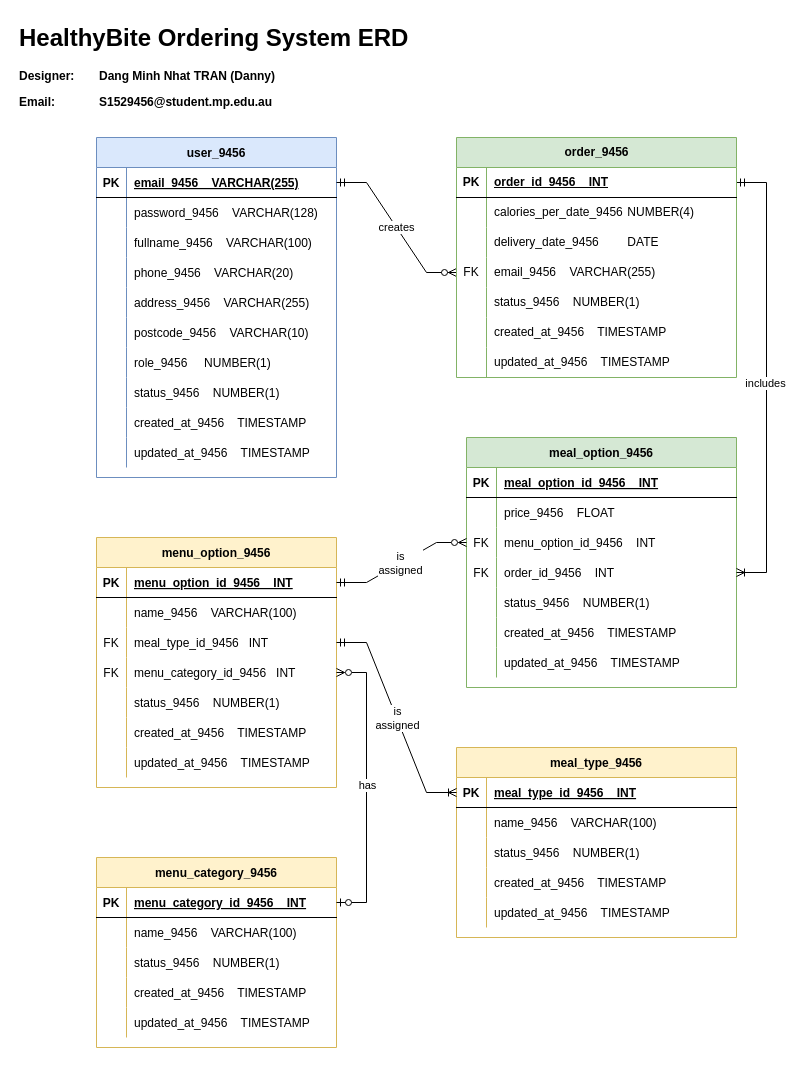
Earlier version of the draw.io diagram Untitled Diagram.drawio (DannyTran3000/er_diagram). Source tidied: cells renumbered, new cells numbered last; positions are measured from the earlier drawing's top-left corner, leaving out a move shared by most shapes. Both pictures are drawn from the tidied source at 100%, with x=0, y=0 at pixel (17, 17).
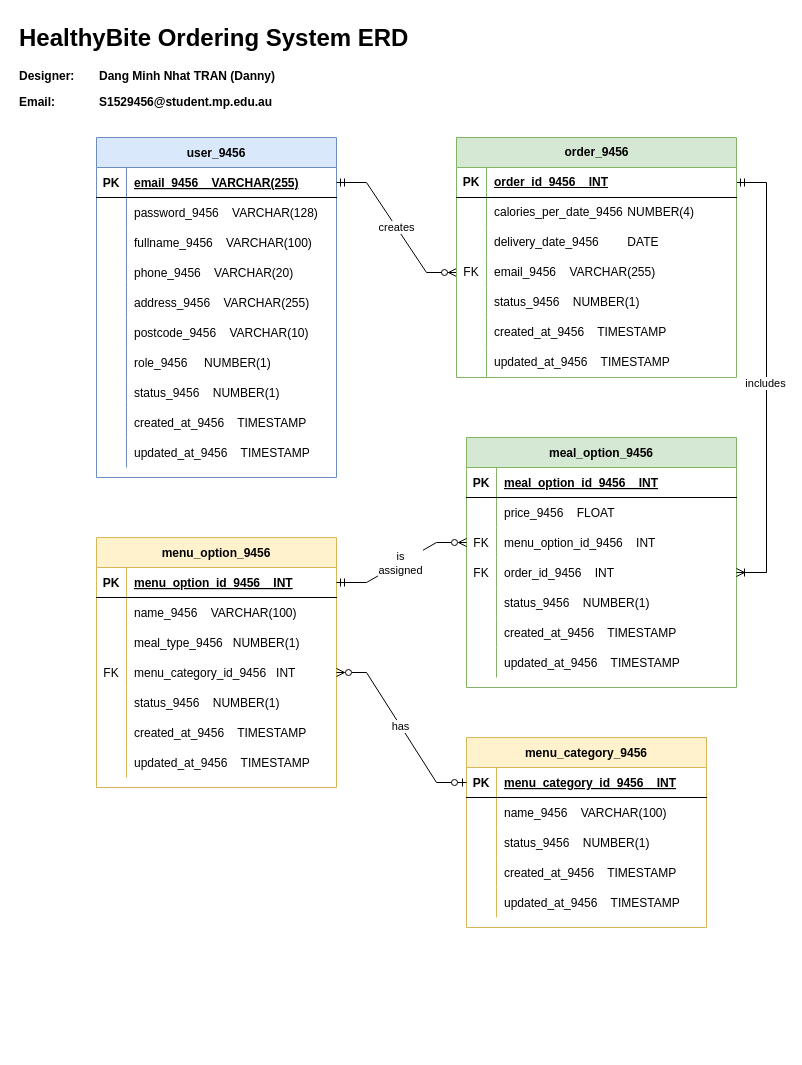
The same diagram, later.

The change refers to these unchanged cells:
```xml
<mxCell id="64" style="shape=partialRectangle;fillColor=none;points=[[0,0.5],[1,0.5]];portConstraint=eastwest;top=0;left=0;right=0;bottom=0;" parent="57" vertex="1">
  <mxGeometry y="90" width="240" height="30" as="geometry" />
</mxCell>
<mxCell id="67" style="shape=partialRectangle;fillColor=none;points=[[0,0.5],[1,0.5]];portConstraint=eastwest;top=0;left=0;right=0;bottom=0;" parent="57" vertex="1">
  <mxGeometry y="120" width="240" height="30" as="geometry" />
</mxCell>
<mxCell id="80" style="shape=partialRectangle;fillColor=none;points=[[0,0.5],[1,0.5]];portConstraint=eastwest;top=0;left=0;right=0;bottom=1;" parent="79" vertex="1">
  <mxGeometry y="30" width="240" height="30" as="geometry" />
</mxCell>
```

Diff of the diagram source:
```diff
@@
-    <mxCell id="65" value="FK" style="shape=partialRectangle;overflow=hidden;fillColor=none;top=0;left=0;bottom=0;right=0;" parent="64" vertex="1">
+    <mxCell id="65" style="shape=partialRectangle;overflow=hidden;fillColor=none;top=0;left=0;bottom=0;right=0;" parent="64" vertex="1">
       <mxGeometry width="30" height="30" as="geometry" />
     </mxCell>
-    <mxCell id="66" value="meal_type_id_9456   INT" style="shape=partialRectangle;overflow=hidden;fillColor=none;top=0;left=0;bottom=0;right=0;align=left;spacingLeft=6;fontStyle=0;" parent="64" vertex="1">
+    <mxCell id="66" value="meal_type_9456   NUMBER(1)" style="shape=partialRectangle;overflow=hidden;fillColor=none;top=0;left=0;bottom=0;right=0;align=left;spacingLeft=6;fontStyle=0;" parent="64" vertex="1">
       <mxGeometry x="30" width="210" height="30" as="geometry" />
     </mxCell>
@@
     <mxCell id="79" value="menu_category_9456" style="shape=table;startSize=30;childLayout=tableLayout;rowLines=0;fontStyle=1;align=center;fillColor=#fff2cc;strokeColor=#d6b656;" parent="1" vertex="1">
-      <mxGeometry x="79" y="840" width="240" height="190" as="geometry" />
+      <mxGeometry x="449" y="720" width="240" height="190" as="geometry" />
     </mxCell>
@@
-    <mxCell id="95" value="meal_type_9456" style="shape=table;startSize=30;childLayout=tableLayout;rowLines=0;fontStyle=1;align=center;fillColor=#fff2cc;strokeColor=#d6b656;" parent="1" vertex="1">
-      <mxGeometry x="439" y="730" width="280" height="190" as="geometry" />
-    </mxCell>
-    <mxCell id="96" style="shape=partialRectangle;fillColor=none;points=[[0,0.5],[1,0.5]];portConstraint=eastwest;top=0;left=0;right=0;bottom=1;" parent="95" vertex="1">
-      <mxGeometry y="30" width="280" height="30" as="geometry" />
-    </mxCell>
-    <mxCell id="97" value="PK" style="shape=partialRectangle;overflow=hidden;fillColor=none;top=0;left=0;bottom=0;right=0;fontStyle=1;" parent="96" vertex="1">
-      <mxGeometry width="30" height="30" as="geometry" />
-    </mxCell>
-    <mxCell id="98" value="meal_type_id_9456    INT" style="shape=partialRectangle;overflow=hidden;fillColor=none;top=0;left=0;bottom=0;right=0;align=left;spacingLeft=6;fontStyle=5;" parent="96" vertex="1">
-      <mxGeometry x="30" width="250" height="30" as="geometry" />
-    </mxCell>
-    <mxCell id="99" style="shape=partialRectangle;fillColor=none;top=0;left=0;right=0;bottom=0;" parent="95" vertex="1">
-      <mxGeometry y="60" width="280" height="30" as="geometry" />
-    </mxCell>
-    <mxCell id="100" style="shape=partialRectangle;overflow=hidden;fillColor=none;top=0;left=0;bottom=0;right=0;" parent="99" vertex="1">
-      <mxGeometry width="30" height="30" as="geometry" />
-    </mxCell>
-    <mxCell id="101" value="name_9456    VARCHAR(100)" style="shape=partialRectangle;overflow=hidden;fillColor=none;top=0;left=0;bottom=0;right=0;align=left;spacingLeft=6;" parent="99" vertex="1">
-      <mxGeometry x="30" width="250" height="30" as="geometry" />
-    </mxCell>
-    <mxCell id="102" style="shape=partialRectangle;fillColor=none;top=0;left=0;right=0;bottom=0;" parent="95" vertex="1">
-      <mxGeometry y="90" width="280" height="30" as="geometry" />
-    </mxCell>
-    <mxCell id="103" style="shape=partialRectangle;overflow=hidden;fillColor=none;top=0;left=0;bottom=0;right=0;" parent="102" vertex="1">
-      <mxGeometry width="30" height="30" as="geometry" />
-    </mxCell>
-    <mxCell id="104" value="status_9456    NUMBER(1)" style="shape=partialRectangle;overflow=hidden;fillColor=none;top=0;left=0;bottom=0;right=0;align=left;spacingLeft=6;" parent="102" vertex="1">
-      <mxGeometry x="30" width="250" height="30" as="geometry" />
-    </mxCell>
-    <mxCell id="105" style="shape=partialRectangle;fillColor=none;top=0;left=0;right=0;bottom=0;" parent="95" vertex="1">
-      <mxGeometry y="120" width="280" height="30" as="geometry" />
-    </mxCell>
-    <mxCell id="106" style="shape=partialRectangle;overflow=hidden;fillColor=none;top=0;left=0;bottom=0;right=0;" parent="105" vertex="1">
-      <mxGeometry width="30" height="30" as="geometry" />
-    </mxCell>
-    <mxCell id="107" value="created_at_9456    TIMESTAMP" style="shape=partialRectangle;overflow=hidden;fillColor=none;top=0;left=0;bottom=0;right=0;align=left;spacingLeft=6;" parent="105" vertex="1">
-      <mxGeometry x="30" width="250" height="30" as="geometry" />
-    </mxCell>
-    <mxCell id="108" style="shape=partialRectangle;fillColor=none;top=0;left=0;right=0;bottom=0;" parent="95" vertex="1">
-      <mxGeometry y="150" width="280" height="30" as="geometry" />
-    </mxCell>
-    <mxCell id="109" style="shape=partialRectangle;overflow=hidden;fillColor=none;top=0;left=0;bottom=0;right=0;" parent="108" vertex="1">
-      <mxGeometry width="30" height="30" as="geometry" />
-    </mxCell>
-    <mxCell id="110" value="updated_at_9456    TIMESTAMP" style="shape=partialRectangle;overflow=hidden;fillColor=none;top=0;left=0;bottom=0;right=0;align=left;spacingLeft=6;" parent="108" vertex="1">
-      <mxGeometry x="30" width="250" height="30" as="geometry" />
-    </mxCell>
-    <mxCell id="111" style="edgeStyle=entityRelationEdgeStyle;fontSize=12;html=1;endArrow=ERzeroToOne;startArrow=ERzeroToMany;rounded=0;exitX=1;exitY=0.5;exitDx=0;exitDy=0;entryX=1;entryY=0.5;entryDx=0;entryDy=0;startFill=0;" parent="1" edge="1" source="67" target="80">
+    <mxCell id="111" style="edgeStyle=entityRelationEdgeStyle;fontSize=12;html=1;endArrow=ERzeroToOne;startArrow=ERzeroToMany;rounded=0;exitX=1;exitY=0.5;exitDx=0;exitDy=0;entryX=0;entryY=0.5;entryDx=0;entryDy=0;startFill=0;" parent="1" edge="1" source="67" target="80">
       <mxGeometry relative="1" as="geometry" />
     </mxCell>
@@
-    <mxCell id="113" style="edgeStyle=entityRelationEdgeStyle;fontSize=12;html=1;endArrow=ERoneToMany;endFill=0;rounded=0;entryX=0;entryY=0.5;entryDx=0;entryDy=0;startArrow=ERmandOne;startFill=0;exitX=1;exitY=0.5;exitDx=0;exitDy=0;" parent="1" edge="1" source="64" target="96">
-      <mxGeometry relative="1" as="geometry" />
-    </mxCell>
-    <mxCell id="114" value="is&lt;div&gt;assigned&lt;/div&gt;" style="edgeLabel;html=1;align=center;verticalAlign=middle;" parent="113" vertex="1">
-      <mxGeometry relative="1" as="geometry" />
-    </mxCell>
```
